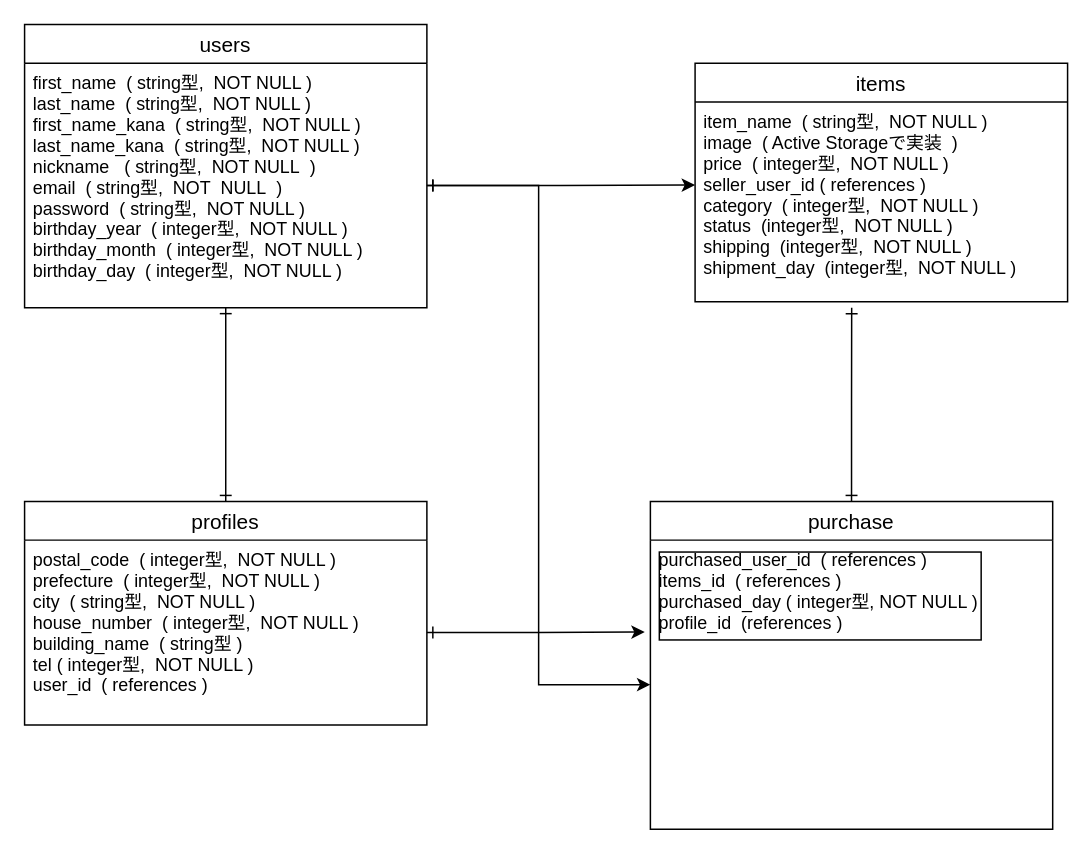
kimiko-i/furima-31997 keeps this draw.io diagram as config/furima.dio. Above is the earlier version. Source tidied: cells renumbered, new cells numbered last; positions are measured from the earlier drawing's top-left corner, leaving out a move shared by most shapes. Both pictures are drawn from the tidied source at 149%, with x=0, y=0 at pixel (24, 24).
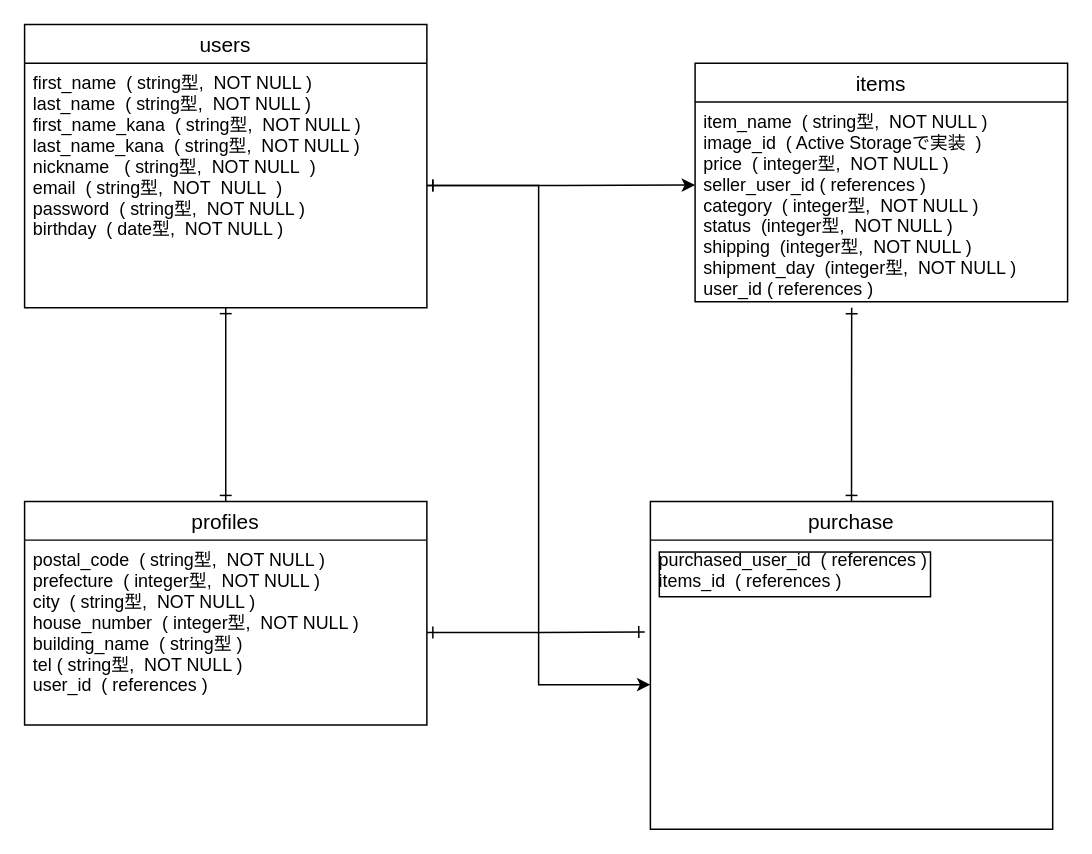
The same diagram, later.

Diff of the diagram source:
```diff
@@
 <mxGraphModel>
   <root>
     <mxCell id="0" />
     <mxCell id="1" parent="0" />
     <mxCell id="2" style="edgeStyle=orthogonalEdgeStyle;rounded=0;jettySize=auto;html=1;entryX=0.5;entryY=0;entryDx=0;entryDy=0;endArrow=ERone;endFill=0;startArrow=ERone;startFill=0;" parent="1" edge="1" source="3" target="4">
       <mxGeometry relative="1" as="geometry" />
     </mxCell>
     <mxCell id="3" value="users" style="swimlane;fontStyle=0;horizontal=1;startSize=26;align=center;fontSize=14;" parent="1" vertex="1">
       <mxGeometry width="270" height="190" as="geometry" />
     </mxCell>
     <mxCell id="4" value="profiles" style="swimlane;fontStyle=0;horizontal=1;startSize=26;align=center;fontSize=14;" parent="1" vertex="1">
       <mxGeometry y="320" width="270" height="150" as="geometry" />
     </mxCell>
-    <mxCell id="5" value="postal_code  ( integer型,  NOT NULL )&#10;prefecture  ( integer型,  NOT NULL )&#10;city  ( string型,  NOT NULL )&#10;house_number  ( integer型,  NOT NULL )&#10;building_name  ( string型 )&#10;tel ( integer型,  NOT NULL )&#10;user_id  ( references )" style="text;strokeColor=none;fillColor=none;spacingLeft=4;spacingRight=4;overflow=hidden;points=[[0,0.5],[1,0.5]];portConstraint=eastwest;fontSize=12;" parent="4" vertex="1">
+    <mxCell id="5" value="postal_code  ( string型,  NOT NULL )&#10;prefecture  ( integer型,  NOT NULL )&#10;city  ( string型,  NOT NULL )&#10;house_number  ( integer型,  NOT NULL )&#10;building_name  ( string型 )&#10;tel ( string型,  NOT NULL )&#10;user_id  ( references )" style="text;strokeColor=none;fillColor=none;spacingLeft=4;spacingRight=4;overflow=hidden;points=[[0,0.5],[1,0.5]];portConstraint=eastwest;fontSize=12;" parent="4" vertex="1">
       <mxGeometry y="26" width="270" height="124" as="geometry" />
     </mxCell>
     <mxCell id="6" style="edgeStyle=orthogonalEdgeStyle;rounded=0;jettySize=auto;html=1;exitX=1;exitY=0.5;exitDx=0;exitDy=0;startArrow=ERone;startFill=0;endArrow=classic;endFill=1;" parent="1" edge="1" source="11">
       <mxGeometry relative="1" as="geometry">
         <mxPoint x="450" y="107.7" as="targetPoint" />
       </mxGeometry>
     </mxCell>
     <mxCell id="7" style="edgeStyle=orthogonalEdgeStyle;rounded=0;jettySize=auto;html=1;exitX=0.5;exitY=0;exitDx=0;exitDy=0;startArrow=ERone;startFill=0;endArrow=ERone;endFill=0;fontColor=#f0f0f0;" parent="1" edge="1" source="8">
       <mxGeometry relative="1" as="geometry">
         <mxPoint x="555.1" y="190" as="targetPoint" />
       </mxGeometry>
     </mxCell>
     <mxCell id="8" value="purchase" style="swimlane;fontStyle=0;horizontal=1;startSize=26;align=center;fontSize=14;" parent="1" vertex="1">
       <mxGeometry x="420" y="320" width="270" height="220" as="geometry" />
     </mxCell>
-    <mxCell id="9" value="purchased_user_id  ( references )&#10;items_id  ( references )&#10;purchased_day ( integer型, NOT NULL )&#10;profile_id  (references )" style="text;strokeColor=none;fillColor=none;spacingLeft=4;spacingRight=4;overflow=hidden;points=[[0,0.5],[1,0.5]];portConstraint=eastwest;fontSize=12;labelBackgroundColor=none;verticalAlign=top;labelBorderColor=#000000;" parent="8" vertex="1">
+    <mxCell id="9" value="purchased_user_id  ( references )&#10;items_id  ( references )&#10;" style="text;strokeColor=none;fillColor=none;spacingLeft=4;spacingRight=4;overflow=hidden;points=[[0,0.5],[1,0.5]];portConstraint=eastwest;fontSize=12;labelBackgroundColor=none;verticalAlign=top;labelBorderColor=#000000;" parent="8" vertex="1">
       <mxGeometry y="26" width="270" height="194" as="geometry" />
     </mxCell>
     <mxCell id="10" style="edgeStyle=orthogonalEdgeStyle;rounded=0;jettySize=auto;html=1;startArrow=ERone;startFill=0;endArrow=classic;endFill=1;fontColor=#f0f0f0;" parent="1" edge="1" source="11" target="9">
       <mxGeometry relative="1" as="geometry" />
     </mxCell>
-    <mxCell id="11" value="first_name  ( string型,  NOT NULL )&#10;last_name  ( string型,  NOT NULL )&#10;first_name_kana  ( string型,  NOT NULL )&#10;last_name_kana  ( string型,  NOT NULL )&#10;nickname   ( string型,  NOT NULL  )&#10;email  ( string型,  NOT  NULL  )&#10;password  ( string型,  NOT NULL )&#10;birthday_year  ( integer型,  NOT NULL )&#10;birthday_month  ( integer型,  NOT NULL )&#10;birthday_day  ( integer型,  NOT NULL )&#10;" style="text;strokeColor=none;fillColor=none;spacingLeft=4;spacingRight=4;overflow=hidden;points=[[0,0.5],[1,0.5]];portConstraint=eastwest;fontSize=12;" parent="1" vertex="1">
+    <mxCell id="11" value="first_name  ( string型,  NOT NULL )&#10;last_name  ( string型,  NOT NULL )&#10;first_name_kana  ( string型,  NOT NULL )&#10;last_name_kana  ( string型,  NOT NULL )&#10;nickname   ( string型,  NOT NULL  )&#10;email  ( string型,  NOT  NULL  )&#10;password  ( string型,  NOT NULL )&#10;birthday  ( date型,  NOT NULL )&#10;&#10;" style="text;strokeColor=none;fillColor=none;spacingLeft=4;spacingRight=4;overflow=hidden;points=[[0,0.5],[1,0.5]];portConstraint=eastwest;fontSize=12;" parent="1" vertex="1">
       <mxGeometry y="26" width="270" height="164" as="geometry" />
     </mxCell>
-    <mxCell id="12" style="edgeStyle=orthogonalEdgeStyle;rounded=0;jettySize=auto;html=1;exitX=1;exitY=0.5;exitDx=0;exitDy=0;entryX=-0.014;entryY=0.318;entryDx=0;entryDy=0;entryPerimeter=0;startArrow=ERone;startFill=0;endArrow=classic;endFill=1;fontColor=#f0f0f0;" parent="1" edge="1" source="5" target="9">
+    <mxCell id="12" style="edgeStyle=orthogonalEdgeStyle;rounded=0;jettySize=auto;html=1;exitX=1;exitY=0.5;exitDx=0;exitDy=0;entryX=-0.014;entryY=0.318;entryDx=0;entryDy=0;entryPerimeter=0;startArrow=ERone;startFill=0;endArrow=ERone;endFill=0;fontColor=#f0f0f0;" parent="1" edge="1" source="5" target="9">
       <mxGeometry relative="1" as="geometry" />
     </mxCell>
     <mxCell id="13" value="items" style="swimlane;fontStyle=0;horizontal=1;startSize=26;align=center;fontSize=14;" parent="1" vertex="1">
       <mxGeometry x="450" y="26" width="250" height="160" as="geometry" />
     </mxCell>
-    <mxCell id="14" value="item_name  ( string型,  NOT NULL )&#10;image  ( Active Storageで実装  )&#10;price  ( integer型,  NOT NULL )&#10;seller_user_id ( references )&#10;category  ( integer型,  NOT NULL )&#10;status  (integer型,  NOT NULL )&#10;shipping  (integer型,  NOT NULL )&#10;shipment_day  (integer型,  NOT NULL )&#10;" style="text;strokeColor=none;fillColor=none;spacingLeft=4;spacingRight=4;overflow=hidden;fontSize=12;" parent="13" vertex="1">
+    <mxCell id="14" value="item_name  ( string型,  NOT NULL )&#10;image_id  ( Active Storageで実装  )&#10;price  ( integer型,  NOT NULL )&#10;seller_user_id ( references )&#10;category  ( integer型,  NOT NULL )&#10;status  (integer型,  NOT NULL )&#10;shipping  (integer型,  NOT NULL )&#10;shipment_day  (integer型,  NOT NULL )&#10;user_id ( references )&#10;" style="text;strokeColor=none;fillColor=none;spacingLeft=4;spacingRight=4;overflow=hidden;fontSize=12;" parent="13" vertex="1">
       <mxGeometry y="26" width="250" height="134" as="geometry" />
     </mxCell>
   </root>
 </mxGraphModel>
```
